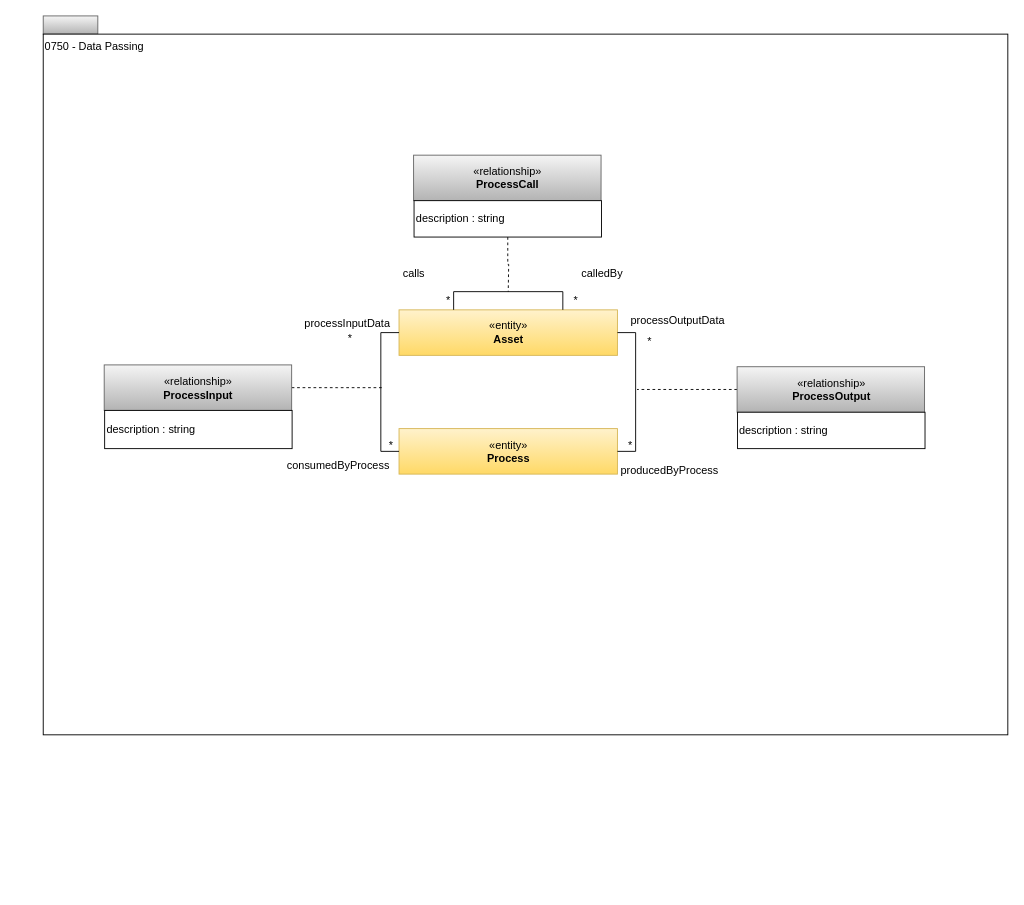
The draw.io diagram page "0750-Data-Passing" (9 of 11) of open-metadata-publication/website/open-metadata-types/area-7-lineage.drawio in odpi/egeria, before the edit. Source tidied: cells renumbered, new cells numbered last; positions are measured from the earlier drawing's top-left corner, leaving out a move shared by most shapes. Both pictures are drawn from the tidied source at 91%, with x=0, y=0 at pixel (43, 15).
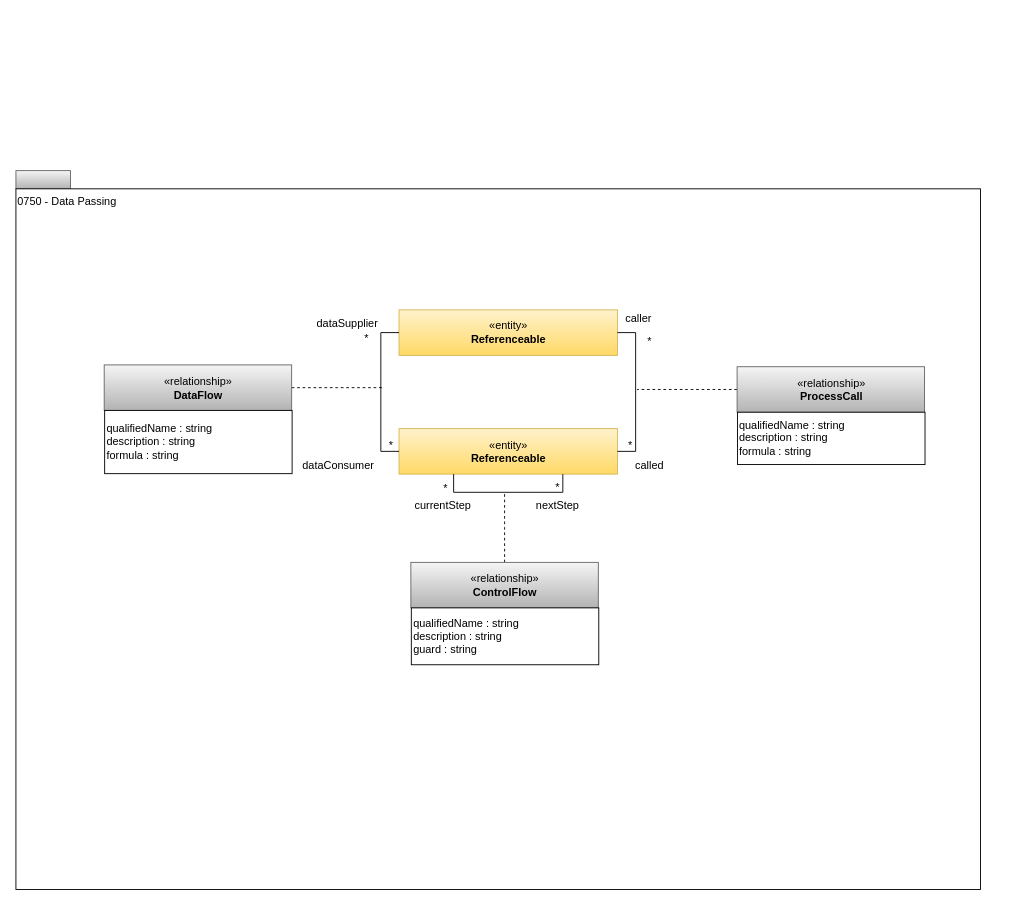
The same page after the edit.

Commit message (it also covers changes not shown here):
Update lineage types

The edit, as a diff of the source:
```diff
@@
     <mxCell id="2" style="rounded=0;whiteSpace=wrap;html=1;align=left;fillColor=#f5f5f5;strokeColor=#666666;gradientColor=#b3b3b3;" parent="1" vertex="1">
-      <mxGeometry width="60" height="20" as="geometry" />
+      <mxGeometry x="-30" y="170" width="60" height="20" as="geometry" />
     </mxCell>
     <mxCell id="3" value="0750 - Data Passing" style="rounded=0;whiteSpace=wrap;html=1;align=left;verticalAlign=top;" parent="1" vertex="1">
-      <mxGeometry y="20" width="1060" height="770" as="geometry" />
+      <mxGeometry x="-30" y="190" width="1060" height="770" as="geometry" />
     </mxCell>
-    <mxCell id="4" value="«entity»&lt;br&gt;&lt;b&gt;Asset&lt;/b&gt;" style="html=1;strokeColor=#d6b656;align=center;fillColor=#fff2cc;gradientColor=#ffd966;" parent="1" vertex="1">
+    <mxCell id="4" value="«entity»&lt;br&gt;&lt;b&gt;Referenceable&lt;/b&gt;" style="html=1;strokeColor=#d6b656;align=center;fillColor=#fff2cc;gradientColor=#ffd966;" parent="1" vertex="1">
       <mxGeometry x="391" y="323" width="240" height="50" as="geometry" />
     </mxCell>
@@
-    <mxCell id="6" value="«relationship»&lt;br&gt;&lt;b&gt;ProcessInput&lt;/b&gt;" style="html=1;strokeColor=#666666;align=center;fillColor=#f5f5f5;gradientColor=#b3b3b3;" parent="1" vertex="1">
+    <mxCell id="6" value="«relationship»&lt;br&gt;&lt;b&gt;DataFlow&lt;/b&gt;" style="html=1;strokeColor=#666666;align=center;fillColor=#f5f5f5;gradientColor=#b3b3b3;" parent="1" vertex="1">
       <mxGeometry x="67" y="383.5" width="206" height="50" as="geometry" />
     </mxCell>
-    <mxCell id="7" value="description : string" style="rounded=0;whiteSpace=wrap;html=1;strokeColor=#000000;gradientColor=#ffffff;align=left;" parent="1" vertex="1">
-      <mxGeometry x="67.5" y="433.5" width="206" height="42" as="geometry" />
+    <mxCell id="7" value="qualifiedName : string&lt;br&gt;description : string&lt;br&gt;formula : string" style="rounded=0;whiteSpace=wrap;html=1;strokeColor=#000000;gradientColor=#ffffff;align=left;" parent="1" vertex="1">
+      <mxGeometry x="67.5" y="433.5" width="206" height="69.5" as="geometry" />
     </mxCell>
-    <mxCell id="8" value="«entity»&lt;br&gt;&lt;b&gt;Process&lt;/b&gt;" style="html=1;strokeColor=#d6b656;align=center;fillColor=#fff2cc;gradientColor=#ffd966;" parent="1" vertex="1">
+    <mxCell id="8" value="«entity»&lt;br&gt;&lt;b&gt;Referenceable&lt;/b&gt;" style="html=1;strokeColor=#d6b656;align=center;fillColor=#fff2cc;gradientColor=#ffd966;" parent="1" vertex="1">
       <mxGeometry x="391" y="453.5" width="240" height="50" as="geometry" />
     </mxCell>
@@
-    <mxCell id="12" value="«relationship»&lt;br&gt;&lt;b&gt;ProcessOutput&lt;/b&gt;" style="html=1;strokeColor=#666666;align=center;fillColor=#f5f5f5;gradientColor=#b3b3b3;" parent="1" vertex="1">
+    <mxCell id="12" value="«relationship»&lt;br&gt;&lt;b&gt;ProcessCall&lt;/b&gt;" style="html=1;strokeColor=#666666;align=center;fillColor=#f5f5f5;gradientColor=#b3b3b3;" parent="1" vertex="1">
       <mxGeometry x="762.5" y="385.5" width="206" height="50" as="geometry" />
     </mxCell>
-    <mxCell id="13" value="description : string" style="rounded=0;whiteSpace=wrap;html=1;strokeColor=#000000;gradientColor=#ffffff;align=left;" parent="1" vertex="1">
-      <mxGeometry x="763" y="435.5" width="206" height="40" as="geometry" />
+    <mxCell id="13" value="qualifiedName : string&lt;br&gt;description : string&lt;br&gt;formula : string" style="rounded=0;whiteSpace=wrap;html=1;strokeColor=#000000;gradientColor=#ffffff;align=left;" parent="1" vertex="1">
+      <mxGeometry x="763" y="435.5" width="206" height="57.5" as="geometry" />
     </mxCell>
-    <mxCell id="14" value="processInputData" style="text;html=1;align=center;verticalAlign=top;spacingTop=-4;" parent="1" vertex="1">
-      <mxGeometry x="279" y="328" width="110" height="20" as="geometry" />
+    <mxCell id="14" value="dataSupplier" style="text;html=1;align=center;verticalAlign=top;spacingTop=-4;" parent="1" vertex="1">
+      <mxGeometry x="294" y="328" width="80" height="20" as="geometry" />
     </mxCell>
     <mxCell id="15" value="*" style="text;html=1;align=center;verticalAlign=top;spacingTop=-4;" parent="1" vertex="1">
-      <mxGeometry x="329.5" y="345" width="15" height="14" as="geometry" />
+      <mxGeometry x="347" y="345" width="15" height="14" as="geometry" />
     </mxCell>
@@
-    <mxCell id="19" value="consumedByProcess" style="text;html=1;align=center;verticalAlign=top;spacingTop=-4;" parent="1" vertex="1">
-      <mxGeometry x="259" y="483.5" width="130" height="20" as="geometry" />
+    <mxCell id="19" value="dataConsumer" style="text;html=1;align=center;verticalAlign=top;spacingTop=-4;" parent="1" vertex="1">
+      <mxGeometry x="279" y="483.5" width="90" height="20" as="geometry" />
     </mxCell>
-    <mxCell id="20" value="processOutputData" style="text;html=1;align=center;verticalAlign=top;spacingTop=-4;" parent="1" vertex="1">
-      <mxGeometry x="637" y="325" width="120" height="20" as="geometry" />
-    </mxCell>
-    <mxCell id="21" value="producedByProcess" style="text;html=1;align=center;verticalAlign=top;spacingTop=-4;" parent="1" vertex="1">
-      <mxGeometry x="628" y="489.5" width="120" height="20" as="geometry" />
-    </mxCell>
-    <mxCell id="22" style="edgeStyle=orthogonalEdgeStyle;rounded=0;orthogonalLoop=1;jettySize=auto;html=1;exitX=0.25;exitY=0;exitDx=0;exitDy=0;entryX=0.75;entryY=0;entryDx=0;entryDy=0;endArrow=none;endFill=0;" parent="1" edge="1" source="4" target="4">
-      <mxGeometry relative="1" as="geometry">
-        <Array as="points">
-          <mxPoint x="451" y="303" />
-          <mxPoint x="571" y="303" />
-        </Array>
-      </mxGeometry>
-    </mxCell>
-    <mxCell id="23" value="calledBy" style="text;html=1;align=center;verticalAlign=top;spacingTop=-4;" parent="1" vertex="1">
-      <mxGeometry x="583.5" y="273" width="60" height="20" as="geometry" />
+    <mxCell id="23" value="called" style="text;html=1;align=center;verticalAlign=top;spacingTop=-4;" parent="1" vertex="1">
+      <mxGeometry x="641" y="483.5" width="50" height="20" as="geometry" />
     </mxCell>
-    <mxCell id="24" value="calls" style="text;html=1;align=center;verticalAlign=top;spacingTop=-4;" parent="1" vertex="1">
-      <mxGeometry x="387" y="273" width="40" height="20" as="geometry" />
+    <mxCell id="24" value="caller" style="text;html=1;align=center;verticalAlign=top;spacingTop=-4;" parent="1" vertex="1">
+      <mxGeometry x="633.5" y="323" width="40" height="20" as="geometry" />
     </mxCell>
-    <mxCell id="25" value="*" style="text;html=1;align=center;verticalAlign=top;spacingTop=-4;" parent="1" vertex="1">
-      <mxGeometry x="577" y="303" width="15" height="14" as="geometry" />
-    </mxCell>
-    <mxCell id="26" value="*" style="text;html=1;align=center;verticalAlign=top;spacingTop=-4;" parent="1" vertex="1">
-      <mxGeometry x="437" y="303" width="15" height="14" as="geometry" />
-    </mxCell>
-    <mxCell id="27" style="edgeStyle=orthogonalEdgeStyle;rounded=0;html=1;exitX=0.5;exitY=1;endArrow=none;endFill=0;jettySize=auto;dashed=1;exitDx=0;exitDy=0;" parent="1" edge="1" source="29">
-      <mxGeometry relative="1" as="geometry">
-        <mxPoint x="511" y="303" as="targetPoint" />
-      </mxGeometry>
-    </mxCell>
-    <mxCell id="28" value="«relationship»&lt;br&gt;&lt;b&gt;ProcessCall&lt;/b&gt;" style="html=1;strokeColor=#666666;align=center;fillColor=#f5f5f5;gradientColor=#b3b3b3;" parent="1" vertex="1">
-      <mxGeometry x="407" y="153" width="206" height="50" as="geometry" />
-    </mxCell>
-    <mxCell id="29" value="description : string" style="rounded=0;whiteSpace=wrap;html=1;strokeColor=#000000;gradientColor=#ffffff;align=left;" parent="1" vertex="1">
-      <mxGeometry x="407.5" y="203" width="206" height="40" as="geometry" />
-    </mxCell>
+    <mxCell id="30" style="edgeStyle=orthogonalEdgeStyle;rounded=0;orthogonalLoop=1;jettySize=auto;html=1;exitX=0.25;exitY=1;exitDx=0;exitDy=0;entryX=0.75;entryY=1;entryDx=0;entryDy=0;endArrow=none;endFill=0;" parent="1" edge="1" source="8" target="8">
+      <mxGeometry relative="1" as="geometry" />
+    </mxCell>
+    <mxCell id="31" style="edgeStyle=orthogonalEdgeStyle;rounded=0;html=1;exitX=0.5;exitY=0;endArrow=none;endFill=0;jettySize=auto;dashed=1;exitDx=0;exitDy=0;" parent="1" edge="1" source="32">
+      <mxGeometry relative="1" as="geometry">
+        <mxPoint x="507" y="523" as="targetPoint" />
+      </mxGeometry>
+    </mxCell>
+    <mxCell id="32" value="«relationship»&lt;br&gt;&lt;b&gt;ControlFlow&lt;/b&gt;" style="html=1;strokeColor=#666666;align=center;fillColor=#f5f5f5;gradientColor=#b3b3b3;" parent="1" vertex="1">
+      <mxGeometry x="404" y="600.5" width="206" height="50" as="geometry" />
+    </mxCell>
+    <mxCell id="33" value="qualifiedName : string&lt;br&gt;description : string&lt;br&gt;guard : string" style="rounded=0;whiteSpace=wrap;html=1;strokeColor=#000000;gradientColor=#ffffff;align=left;" parent="1" vertex="1">
+      <mxGeometry x="404.5" y="650.5" width="206" height="62.5" as="geometry" />
+    </mxCell>
+    <mxCell id="34" value="*" style="text;html=1;align=center;verticalAlign=top;spacingTop=-4;" parent="1" vertex="1">
+      <mxGeometry x="434" y="510" width="15" height="14" as="geometry" />
+    </mxCell>
+    <mxCell id="35" value="*" style="text;html=1;align=center;verticalAlign=top;spacingTop=-4;" parent="1" vertex="1">
+      <mxGeometry x="557" y="509" width="15" height="14" as="geometry" />
+    </mxCell>
+    <mxCell id="36" value="currentStep" style="text;html=1;align=center;verticalAlign=middle;" parent="1" vertex="1">
+      <mxGeometry x="399" y="528" width="80" height="20" as="geometry" />
+    </mxCell>
+    <mxCell id="37" value="nextStep" style="text;html=1;align=center;verticalAlign=middle;" parent="1" vertex="1">
+      <mxGeometry x="534.5" y="528" width="60" height="20" as="geometry" />
+    </mxCell>
```
